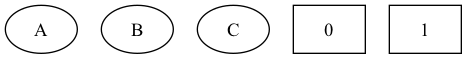
This is submission_outputs/Custom_Transitivity.png from orliber/FVS_Ex3_BDD, a Graphviz export, as it was before one commit. Its source is kept beside it as submission_outputs/Custom_Transitivity.dot.
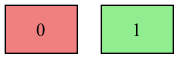
After the change.

Change to the diagram source:
```diff
@@ -1,5 +1,6 @@
 digraph ROBDD {
-  {rank=same; "A" "B" "C"}
-  0 [label="0", shape=box];
-  1 [label="1", shape=box];
+  rankdir=TB;
+  node [shape=circle];
+  0 [label="0", shape=box, style=filled, fillcolor=lightcoral];
+  1 [label="1", shape=box, style=filled, fillcolor=lightgreen];
 }
```
